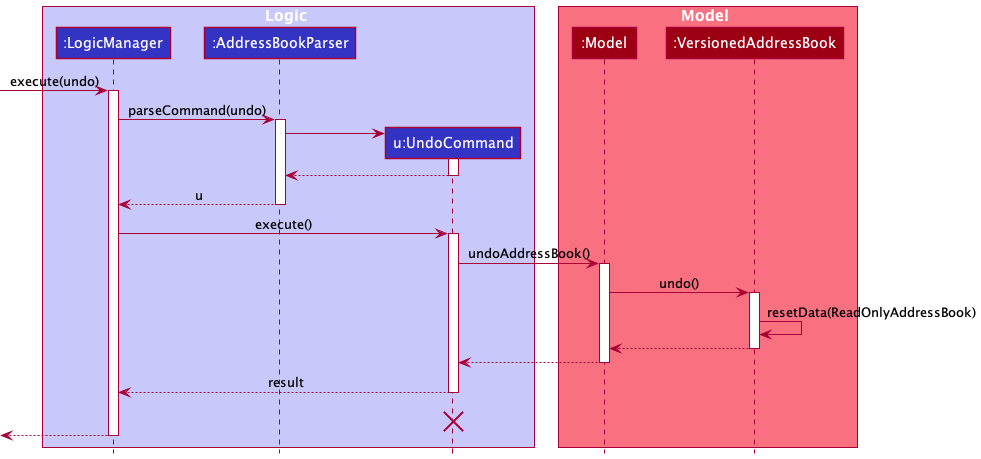
Earlier version of the PlantUML export docs/images/UndoSequenceDiagram.png (nus-cs2103-AY2122S1/tp).
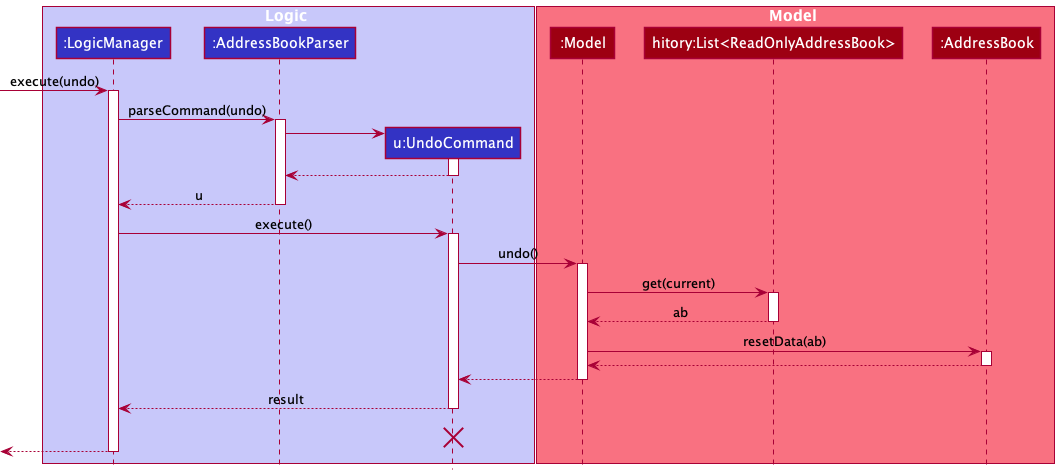
After the change.

Commit message:
Update DG for Filter Undo Redo View

What changed in the source:
```diff
@@ -9,7 +9,8 @@
 
 box Model MODEL_COLOR_T1
 participant ":Model" as Model MODEL_COLOR
-participant ":VersionedAddressBook" as VersionedAddressBook MODEL_COLOR
+participant "hitory:List<ReadOnlyAddressBook>" as List MODEL_COLOR
+participant ":AddressBook" as AddressBook MODEL_COLOR
 end box
 [-> LogicManager : execute(undo)
 activate LogicManager
@@ -30,15 +31,21 @@
 LogicManager -> UndoCommand : execute()
 activate UndoCommand
 
-UndoCommand -> Model : undoAddressBook()
+UndoCommand -> Model : undo()
 activate Model
 
-Model -> VersionedAddressBook : undo()
-activate VersionedAddressBook
 
-VersionedAddressBook -> VersionedAddressBook :resetData(ReadOnlyAddressBook)
-VersionedAddressBook --> Model :
-deactivate VersionedAddressBook
+Model -> List : get(current)
+activate List
+
+List --> Model : ab
+deactivate List
+
+Model -> AddressBook : resetData(ab)
+activate AddressBook
+
+AddressBook --> Model :
+deactivate AddressBook
 
 Model --> UndoCommand
 deactivate Model
```
